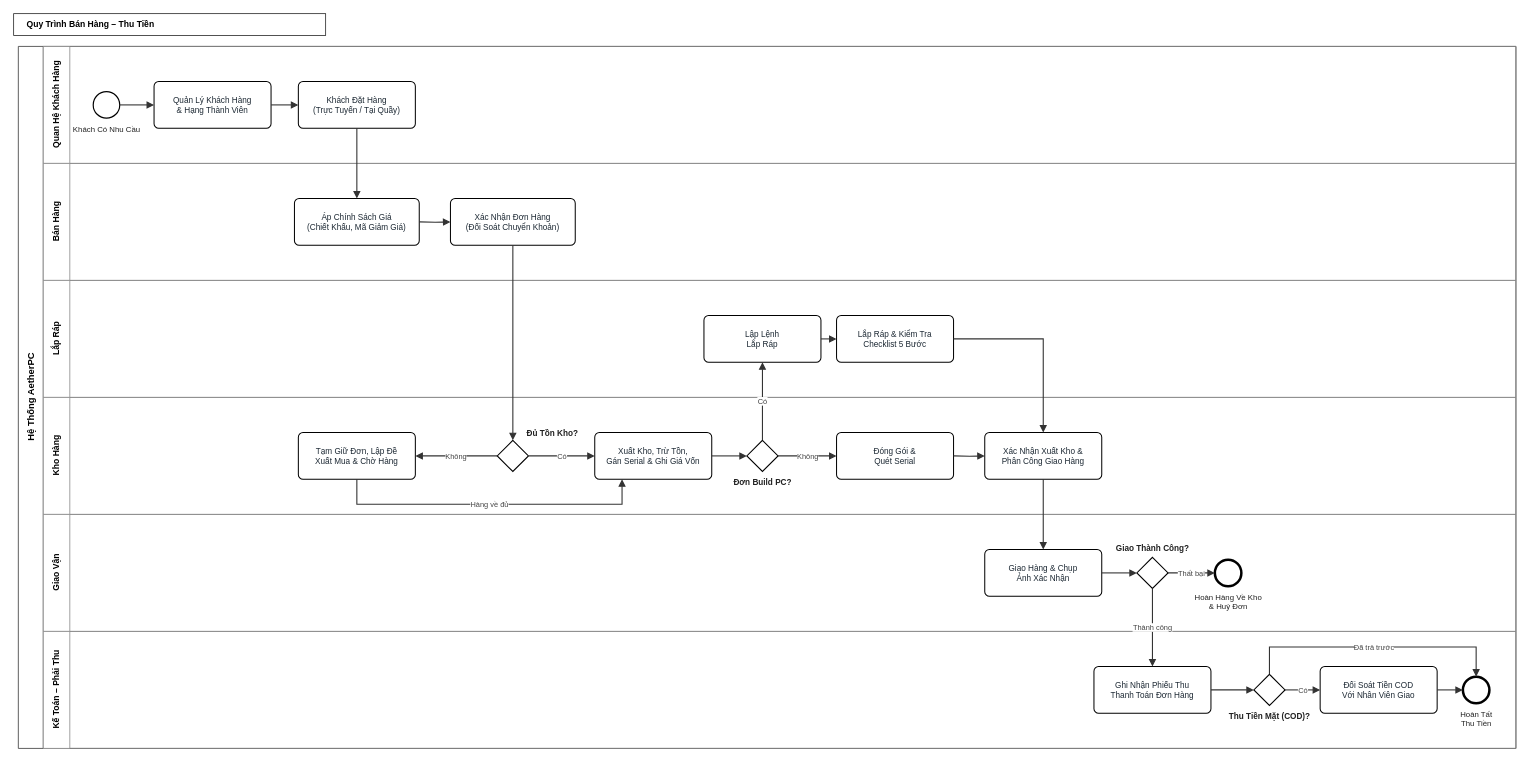
hoangmkid12/ERP_AetherPC keeps this draw.io diagram as docs/diagrams/bpmn/quy_trinh_banhang_thutien.drawio. Above is the earlier version. Source tidied: cells renumbered, new cells numbered last; positions are measured from the earlier drawing's top-left corner, leaving out a move shared by most shapes. Both pictures are drawn from the tidied source at 78%, with x=0, y=0 at pixel (13, 13).
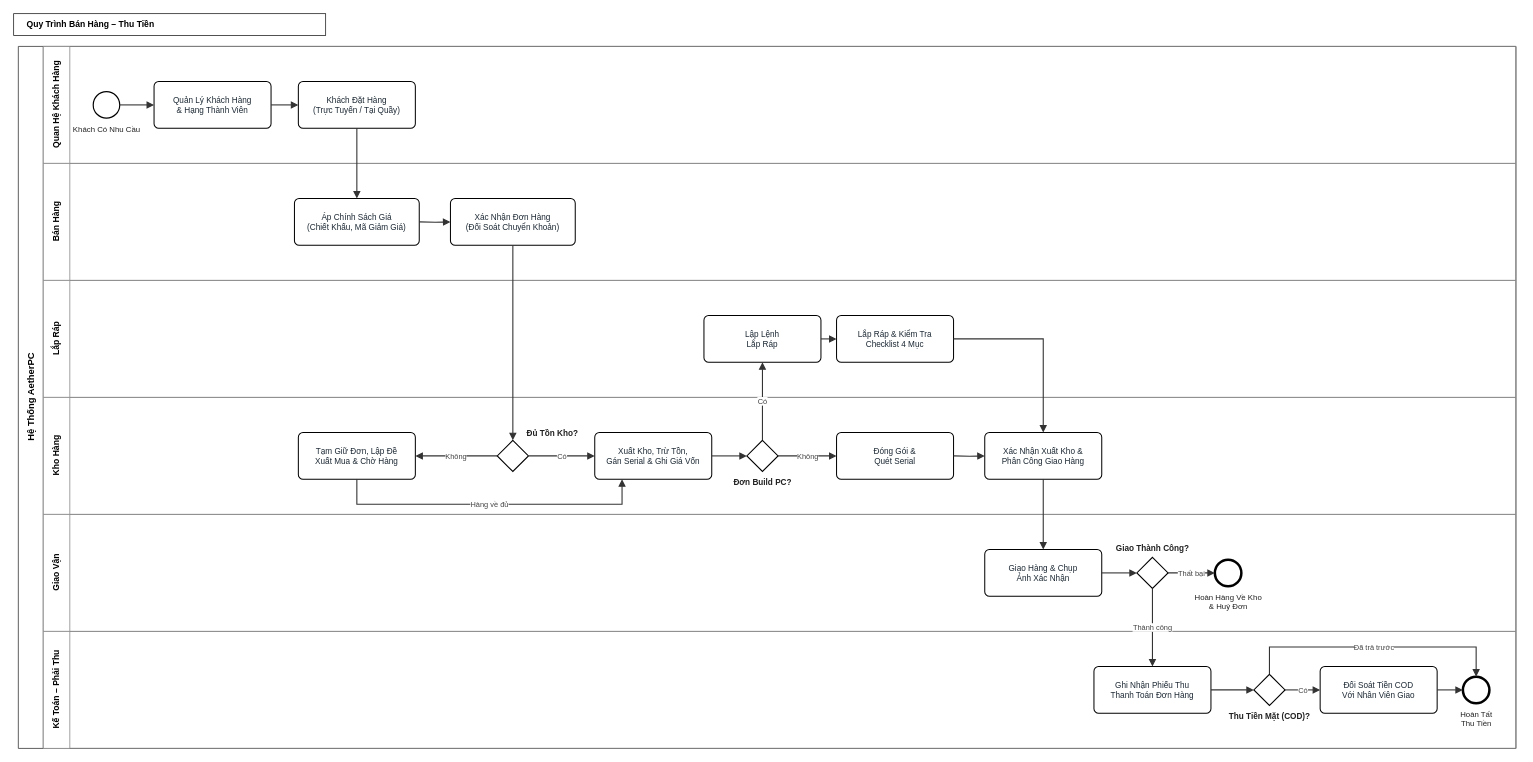
The same diagram, later.

Commit message (it also covers changes not shown here):
docs(kltn): cap nhat bao cao - thay 6 so do moi, them muc 2.3.5/2.3.6/3.3.6/3.3.7, sua noi dung lech voi code, sua checklist lap rap 4 muc

The edit, as a diff of the source:
```diff
@@
-    <mxCell id="25" value="Lắp Ráp &amp;amp; Kiểm Tra&lt;br/&gt;Checklist 5 Bước" style="rounded=1;arcSize=10;whiteSpace=wrap;html=1;fillColor=#FFFFFF;strokeColor=#000000;strokeWidth=1.3;fontSize=10.5;fontColor=#1C2833;" parent="1" vertex="1">
+    <mxCell id="25" value="Lắp Ráp &amp;amp; Kiểm Tra&lt;br/&gt;Checklist 4 Mục" style="rounded=1;arcSize=10;whiteSpace=wrap;html=1;fillColor=#FFFFFF;strokeColor=#000000;strokeWidth=1.3;fontSize=10.5;fontColor=#1C2833;" parent="1" vertex="1">
       <mxGeometry x="1055" y="387" width="150" height="60" as="geometry" />
     </mxCell>
```
